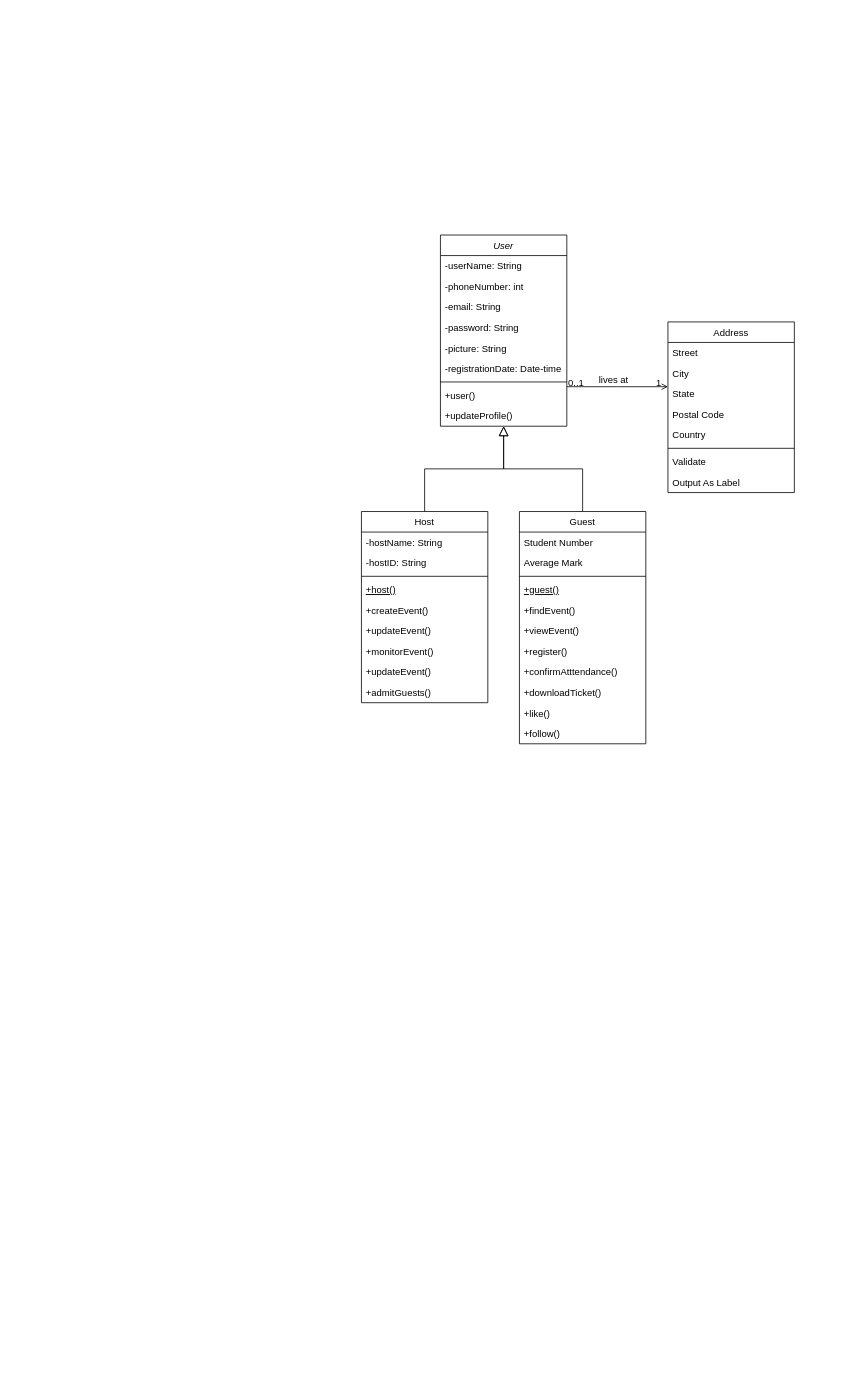
bujo-eayn/partydom keeps this draw.io diagram as Class Diagram.drawio. Above is the earlier version. Source tidied: cells renumbered, new cells numbered last; positions are measured from the earlier drawing's top-left corner, leaving out a move shared by most shapes. Both pictures are drawn from the tidied source at 79%, with x=0, y=0 at pixel (361, 235).
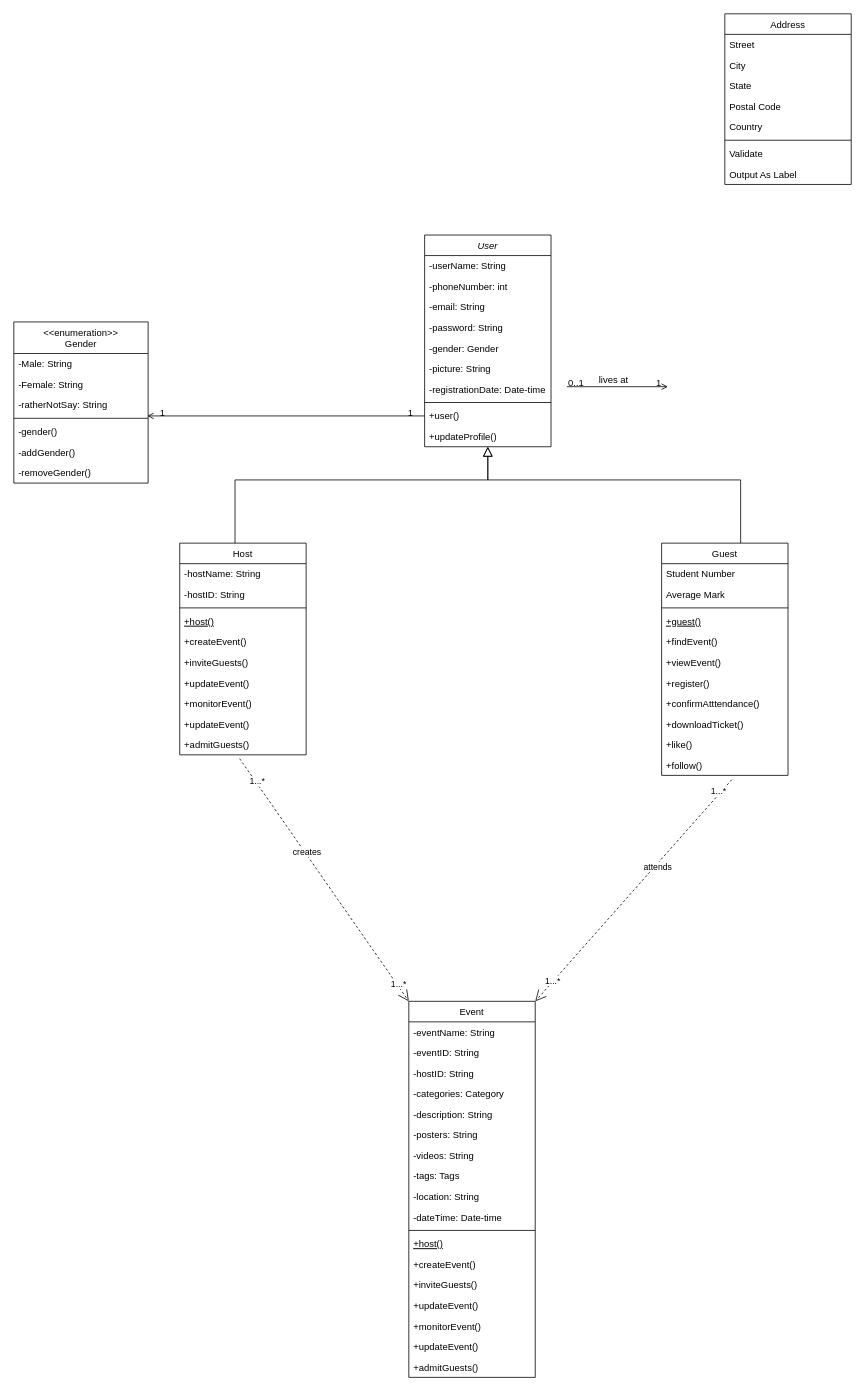
After the change.

Unchanged cells that the change refers to:
```xml
<mxCell id="48" value="+follow()" style="text;align=left;verticalAlign=top;spacingLeft=4;spacingRight=4;overflow=hidden;points=[[0,0.5],[1,0.5]];portConstraint=eastwest;" parent="37" vertex="1">
  <mxGeometry y="268" width="160" height="26" as="geometry" />
</mxCell>
```

Change to the diagram source:
```diff
@@
     <mxCell id="2" value="User" style="swimlane;fontStyle=2;align=center;verticalAlign=top;horizontal=1;startSize=26;rounded=0;shadow=0;strokeWidth=1;" parent="1" vertex="1">
-      <mxGeometry x="100" width="160" height="242" as="geometry" />
+      <mxGeometry x="80" width="160" height="268" as="geometry" />
     </mxCell>
@@
+    <mxCell id="50" value="-gender: Gender" style="text;align=left;verticalAlign=top;spacingLeft=4;spacingRight=4;overflow=hidden;rounded=0;shadow=0;html=0;" parent="2" vertex="1">
+      <mxGeometry y="130" width="160" height="26" as="geometry" />
+    </mxCell>
     <mxCell id="7" value="-picture: String" style="text;align=left;verticalAlign=top;spacingLeft=4;spacingRight=4;overflow=hidden;rounded=0;shadow=0;html=0;" parent="2" vertex="1">
-      <mxGeometry y="130" width="160" height="26" as="geometry" />
+      <mxGeometry y="156" width="160" height="26" as="geometry" />
     </mxCell>
     <mxCell id="8" value="-registrationDate: Date-time" style="text;align=left;verticalAlign=top;spacingLeft=4;spacingRight=4;overflow=hidden;rounded=0;shadow=0;html=0;" parent="2" vertex="1">
-      <mxGeometry y="156" width="160" height="26" as="geometry" />
+      <mxGeometry y="182" width="160" height="26" as="geometry" />
     </mxCell>
     <mxCell id="9" style="line;html=1;strokeWidth=1;align=left;verticalAlign=middle;spacingTop=-1;spacingLeft=3;spacingRight=3;labelPosition=right;" parent="2" vertex="1">
-      <mxGeometry y="182" width="160" height="8" as="geometry" />
+      <mxGeometry y="208" width="160" height="8" as="geometry" />
     </mxCell>
     <mxCell id="10" value="+user()" style="text;align=left;verticalAlign=top;spacingLeft=4;spacingRight=4;overflow=hidden;points=[[0,0.5],[1,0.5]];portConstraint=eastwest;" parent="2" vertex="1">
-      <mxGeometry y="190" width="160" height="26" as="geometry" />
+      <mxGeometry y="216" width="160" height="26" as="geometry" />
     </mxCell>
     <mxCell id="11" value="+updateProfile()" style="text;align=left;verticalAlign=top;spacingLeft=4;spacingRight=4;overflow=hidden;" parent="2" vertex="1">
-      <mxGeometry y="216" width="160" height="26" as="geometry" />
+      <mxGeometry y="242" width="160" height="26" as="geometry" />
     </mxCell>
     <mxCell id="12" value="Host" style="swimlane;fontStyle=0;align=center;verticalAlign=top;horizontal=1;startSize=26;rounded=0;shadow=0;strokeWidth=1;" parent="1" vertex="1">
-      <mxGeometry y="350" width="160" height="242" as="geometry" />
+      <mxGeometry x="-230" y="390" width="160" height="268" as="geometry" />
     </mxCell>
@@
+    <mxCell id="51" value="+inviteGuests()" style="text;align=left;verticalAlign=top;spacingLeft=4;spacingRight=4;overflow=hidden;" parent="12" vertex="1">
+      <mxGeometry y="138" width="160" height="26" as="geometry" />
+    </mxCell>
     <mxCell id="18" value="+updateEvent()" style="text;align=left;verticalAlign=top;spacingLeft=4;spacingRight=4;overflow=hidden;" parent="12" vertex="1">
-      <mxGeometry y="138" width="160" height="26" as="geometry" />
+      <mxGeometry y="164" width="160" height="26" as="geometry" />
     </mxCell>
     <mxCell id="19" value="+monitorEvent()" style="text;align=left;verticalAlign=top;spacingLeft=4;spacingRight=4;overflow=hidden;" parent="12" vertex="1">
-      <mxGeometry y="164" width="160" height="26" as="geometry" />
+      <mxGeometry y="190" width="160" height="26" as="geometry" />
     </mxCell>
     <mxCell id="20" value="+updateEvent()" style="text;align=left;verticalAlign=top;spacingLeft=4;spacingRight=4;overflow=hidden;" parent="12" vertex="1">
-      <mxGeometry y="190" width="160" height="26" as="geometry" />
+      <mxGeometry y="216" width="160" height="26" as="geometry" />
     </mxCell>
     <mxCell id="21" value="+admitGuests()" style="text;align=left;verticalAlign=top;spacingLeft=4;spacingRight=4;overflow=hidden;points=[[0,0.5],[1,0.5]];portConstraint=eastwest;" parent="12" vertex="1">
-      <mxGeometry y="216" width="160" height="26" as="geometry" />
+      <mxGeometry y="242" width="160" height="26" as="geometry" />
     </mxCell>
     <mxCell id="22" style="endArrow=block;endSize=10;endFill=0;shadow=0;strokeWidth=1;rounded=0;edgeStyle=elbowEdgeStyle;elbow=vertical;" parent="1" edge="1" source="12" target="2">
-      <mxGeometry relative="1" as="geometry" />
+      <mxGeometry relative="1" as="geometry">
+        <Array as="points">
+          <mxPoint x="-160" y="310" />
+          <mxPoint x="-170" y="300" />
+        </Array>
+      </mxGeometry>
     </mxCell>
     <mxCell id="23" style="endArrow=block;endSize=10;endFill=0;shadow=0;strokeWidth=1;rounded=0;edgeStyle=elbowEdgeStyle;elbow=vertical;startArrow=none;" parent="1" edge="1" source="37" target="2">
-      <mxGeometry relative="1" as="geometry" />
+      <mxGeometry relative="1" as="geometry">
+        <Array as="points">
+          <mxPoint x="480" y="310" />
+          <mxPoint x="440" y="310" />
+        </Array>
+      </mxGeometry>
     </mxCell>
     <mxCell id="24" value="Address" style="swimlane;fontStyle=0;align=center;verticalAlign=top;horizontal=1;startSize=26;rounded=0;shadow=0;strokeWidth=1;" parent="1" vertex="1">
-      <mxGeometry x="388" y="110" width="160" height="216" as="geometry" />
+      <mxGeometry x="460" y="-280" width="160" height="216" as="geometry" />
     </mxCell>
@@
     <mxCell id="37" value="Guest" style="swimlane;fontStyle=0;align=center;verticalAlign=top;horizontal=1;startSize=26;rounded=0;shadow=0;strokeWidth=1;" parent="1" vertex="1">
-      <mxGeometry x="200" y="350" width="160" height="294" as="geometry" />
+      <mxGeometry x="380" y="390" width="160" height="294" as="geometry" />
     </mxCell>
@@
-    <mxCell id="49" style="endArrow=none;endSize=10;endFill=0;shadow=0;strokeWidth=1;rounded=0;edgeStyle=elbowEdgeStyle;elbow=vertical;" parent="1" edge="1" target="37">
-      <mxGeometry relative="1" as="geometry">
-        <mxPoint x="290" y="350" as="sourcePoint" />
-      </mxGeometry>
-    </mxCell>
+    <mxCell id="52" value="Event" style="swimlane;fontStyle=0;align=center;verticalAlign=top;horizontal=1;startSize=26;rounded=0;shadow=0;strokeWidth=1;" parent="1" vertex="1">
+      <mxGeometry x="60" y="970" width="160" height="476" as="geometry" />
+    </mxCell>
+    <mxCell id="53" value="-eventName: String" style="text;align=left;verticalAlign=top;spacingLeft=4;spacingRight=4;overflow=hidden;" parent="52" vertex="1">
+      <mxGeometry y="26" width="160" height="26" as="geometry" />
+    </mxCell>
+    <mxCell id="54" value="-eventID: String" style="text;align=left;verticalAlign=top;spacingLeft=4;spacingRight=4;overflow=hidden;rounded=0;shadow=0;html=0;" parent="52" vertex="1">
+      <mxGeometry y="52" width="160" height="26" as="geometry" />
+    </mxCell>
+    <mxCell id="55" value="-hostID: String" style="text;align=left;verticalAlign=top;spacingLeft=4;spacingRight=4;overflow=hidden;rounded=0;shadow=0;html=0;" parent="52" vertex="1">
+      <mxGeometry y="78" width="160" height="26" as="geometry" />
+    </mxCell>
+    <mxCell id="56" value="-categories: Category" style="text;align=left;verticalAlign=top;spacingLeft=4;spacingRight=4;overflow=hidden;rounded=0;shadow=0;html=0;" parent="52" vertex="1">
+      <mxGeometry y="104" width="160" height="26" as="geometry" />
+    </mxCell>
+    <mxCell id="57" value="-description: String" style="text;align=left;verticalAlign=top;spacingLeft=4;spacingRight=4;overflow=hidden;rounded=0;shadow=0;html=0;" parent="52" vertex="1">
+      <mxGeometry y="130" width="160" height="26" as="geometry" />
+    </mxCell>
+    <mxCell id="58" value="-posters: String" style="text;align=left;verticalAlign=top;spacingLeft=4;spacingRight=4;overflow=hidden;rounded=0;shadow=0;html=0;" parent="52" vertex="1">
+      <mxGeometry y="156" width="160" height="26" as="geometry" />
+    </mxCell>
+    <mxCell id="59" value="-videos: String" style="text;align=left;verticalAlign=top;spacingLeft=4;spacingRight=4;overflow=hidden;rounded=0;shadow=0;html=0;" parent="52" vertex="1">
+      <mxGeometry y="182" width="160" height="26" as="geometry" />
+    </mxCell>
+    <mxCell id="60" value="-tags: Tags" style="text;align=left;verticalAlign=top;spacingLeft=4;spacingRight=4;overflow=hidden;rounded=0;shadow=0;html=0;" parent="52" vertex="1">
+      <mxGeometry y="208" width="160" height="26" as="geometry" />
+    </mxCell>
+    <mxCell id="61" value="-location: String" style="text;align=left;verticalAlign=top;spacingLeft=4;spacingRight=4;overflow=hidden;rounded=0;shadow=0;html=0;" parent="52" vertex="1">
+      <mxGeometry y="234" width="160" height="26" as="geometry" />
+    </mxCell>
+    <mxCell id="62" value="-dateTime: Date-time" style="text;align=left;verticalAlign=top;spacingLeft=4;spacingRight=4;overflow=hidden;rounded=0;shadow=0;html=0;" parent="52" vertex="1">
+      <mxGeometry y="260" width="160" height="26" as="geometry" />
+    </mxCell>
+    <mxCell id="63" style="line;html=1;strokeWidth=1;align=left;verticalAlign=middle;spacingTop=-1;spacingLeft=3;spacingRight=3;labelPosition=right;" parent="52" vertex="1">
+      <mxGeometry y="286" width="160" height="8" as="geometry" />
+    </mxCell>
+    <mxCell id="64" value="+host()" style="text;align=left;verticalAlign=top;spacingLeft=4;spacingRight=4;overflow=hidden;fontStyle=4;" parent="52" vertex="1">
+      <mxGeometry y="294" width="160" height="26" as="geometry" />
+    </mxCell>
+    <mxCell id="65" value="+createEvent()" style="text;align=left;verticalAlign=top;spacingLeft=4;spacingRight=4;overflow=hidden;" parent="52" vertex="1">
+      <mxGeometry y="320" width="160" height="26" as="geometry" />
+    </mxCell>
+    <mxCell id="66" value="+inviteGuests()" style="text;align=left;verticalAlign=top;spacingLeft=4;spacingRight=4;overflow=hidden;" parent="52" vertex="1">
+      <mxGeometry y="346" width="160" height="26" as="geometry" />
+    </mxCell>
+    <mxCell id="67" value="+updateEvent()" style="text;align=left;verticalAlign=top;spacingLeft=4;spacingRight=4;overflow=hidden;" parent="52" vertex="1">
+      <mxGeometry y="372" width="160" height="26" as="geometry" />
+    </mxCell>
+    <mxCell id="68" value="+monitorEvent()" style="text;align=left;verticalAlign=top;spacingLeft=4;spacingRight=4;overflow=hidden;" parent="52" vertex="1">
+      <mxGeometry y="398" width="160" height="26" as="geometry" />
+    </mxCell>
+    <mxCell id="69" value="+updateEvent()" style="text;align=left;verticalAlign=top;spacingLeft=4;spacingRight=4;overflow=hidden;" parent="52" vertex="1">
+      <mxGeometry y="424" width="160" height="26" as="geometry" />
+    </mxCell>
+    <mxCell id="70" value="+admitGuests()" style="text;align=left;verticalAlign=top;spacingLeft=4;spacingRight=4;overflow=hidden;" parent="52" vertex="1">
+      <mxGeometry y="450" width="160" height="26" as="geometry" />
+    </mxCell>
+    <mxCell id="71" style="endArrow=open;endSize=12;dashed=1;html=1;rounded=0;exitX=0.474;exitY=1.185;exitDx=0;exitDy=0;exitPerimeter=0;entryX=0;entryY=0;entryDx=0;entryDy=0;" parent="1" edge="1" source="21" target="52">
+      <mxGeometry relative="1" as="geometry" />
+    </mxCell>
+    <mxCell id="72" value="creates" style="edgeLabel;html=1;align=center;verticalAlign=middle;" parent="71" vertex="1">
+      <mxGeometry x="0.09" y="-5" relative="1" as="geometry">
+        <mxPoint x="-28" y="-53" as="offset" />
+      </mxGeometry>
+    </mxCell>
+    <mxCell id="73" value="1...*" style="edgeLabel;html=1;align=center;verticalAlign=middle;" parent="71" vertex="1">
+      <mxGeometry x="-0.93" y="1" relative="1" as="geometry">
+        <mxPoint x="13" y="19" as="offset" />
+      </mxGeometry>
+    </mxCell>
+    <mxCell id="74" value="1...*" style="edgeLabel;html=1;align=center;verticalAlign=middle;" parent="71" vertex="1">
+      <mxGeometry x="0.86" y="2" relative="1" as="geometry" />
+    </mxCell>
+    <mxCell id="75" style="endArrow=open;endSize=12;dashed=1;html=1;rounded=0;exitX=0.555;exitY=1.21;exitDx=0;exitDy=0;exitPerimeter=0;entryX=1;entryY=0;entryDx=0;entryDy=0;" parent="1" edge="1" source="48" target="52">
+      <mxGeometry relative="1" as="geometry" />
+    </mxCell>
+    <mxCell id="76" value="attends" style="edgeLabel;html=1;align=center;verticalAlign=middle;" parent="75" vertex="1">
+      <mxGeometry x="0.09" y="-5" relative="1" as="geometry">
+        <mxPoint x="45" y="-39" as="offset" />
+      </mxGeometry>
+    </mxCell>
+    <mxCell id="77" value="1...*" style="edgeLabel;html=1;align=center;verticalAlign=middle;" parent="75" vertex="1">
+      <mxGeometry x="-0.88" y="-4" relative="1" as="geometry" />
+    </mxCell>
+    <mxCell id="78" value="1...*" style="edgeLabel;html=1;align=center;verticalAlign=middle;" parent="75" vertex="1">
+      <mxGeometry x="0.82" y="-1" relative="1" as="geometry" />
+    </mxCell>
+    <mxCell id="79" value="&lt;&lt;enumeration&gt;&gt;&#10;Gender" style="swimlane;fontStyle=0;align=center;verticalAlign=top;horizontal=1;startSize=40;rounded=0;shadow=0;strokeWidth=1;" parent="1" vertex="1">
+      <mxGeometry x="-440" y="110" width="170" height="204" as="geometry" />
+    </mxCell>
+    <mxCell id="80" value="-Male: String" style="text;align=left;verticalAlign=top;spacingLeft=4;spacingRight=4;overflow=hidden;" parent="79" vertex="1">
+      <mxGeometry y="40" width="170" height="26" as="geometry" />
+    </mxCell>
+    <mxCell id="81" value="-Female: String" style="text;align=left;verticalAlign=top;spacingLeft=4;spacingRight=4;overflow=hidden;rounded=0;shadow=0;html=0;" parent="79" vertex="1">
+      <mxGeometry y="66" width="170" height="26" as="geometry" />
+    </mxCell>
+    <mxCell id="82" value="-ratherNotSay: String" style="text;align=left;verticalAlign=top;spacingLeft=4;spacingRight=4;overflow=hidden;points=[[0,0.5],[1,0.5]];portConstraint=eastwest;rounded=0;shadow=0;html=0;" parent="79" vertex="1">
+      <mxGeometry y="92" width="170" height="26" as="geometry" />
+    </mxCell>
+    <mxCell id="83" style="line;html=1;strokeWidth=1;align=left;verticalAlign=middle;spacingTop=-1;spacingLeft=3;spacingRight=3;labelPosition=right;" parent="79" vertex="1">
+      <mxGeometry y="118" width="170" height="8" as="geometry" />
+    </mxCell>
+    <mxCell id="84" value="-gender()" style="text;align=left;verticalAlign=top;spacingLeft=4;spacingRight=4;overflow=hidden;" parent="79" vertex="1">
+      <mxGeometry y="126" width="170" height="26" as="geometry" />
+    </mxCell>
+    <mxCell id="85" value="-addGender()" style="text;align=left;verticalAlign=top;spacingLeft=4;spacingRight=4;overflow=hidden;" parent="79" vertex="1">
+      <mxGeometry y="152" width="170" height="26" as="geometry" />
+    </mxCell>
+    <mxCell id="86" value="-removeGender()" style="text;align=left;verticalAlign=top;spacingLeft=4;spacingRight=4;overflow=hidden;" parent="79" vertex="1">
+      <mxGeometry y="178" width="170" height="26" as="geometry" />
+    </mxCell>
+    <mxCell id="87" style="endArrow=open;shadow=0;strokeWidth=1;rounded=0;endFill=1;edgeStyle=elbowEdgeStyle;elbow=vertical;exitX=0;exitY=0.5;exitDx=0;exitDy=0;entryX=0.994;entryY=1.033;entryDx=0;entryDy=0;entryPerimeter=0;" parent="1" edge="1" source="10" target="82">
+      <mxGeometry x="0.5" y="41" relative="1" as="geometry">
+        <Array as="points">
+          <mxPoint x="-180" y="229" />
+          <mxPoint x="-260" y="229" />
+        </Array>
+        <mxPoint x="-40" y="32" as="offset" />
+      </mxGeometry>
+    </mxCell>
+    <mxCell id="88" value="1" style="align=left;verticalAlign=bottom;labelBackgroundColor=none;fontSize=12;" parent="87" vertex="1">
+      <mxGeometry x="-1" relative="1" as="geometry">
+        <mxPoint x="-23" y="4" as="offset" />
+      </mxGeometry>
+    </mxCell>
+    <mxCell id="89" value="1" style="align=right;verticalAlign=bottom;labelBackgroundColor=none;fontSize=12;" parent="87" vertex="1">
+      <mxGeometry x="1" relative="1" as="geometry">
+        <mxPoint x="24" y="4" as="offset" />
+      </mxGeometry>
+    </mxCell>
```
